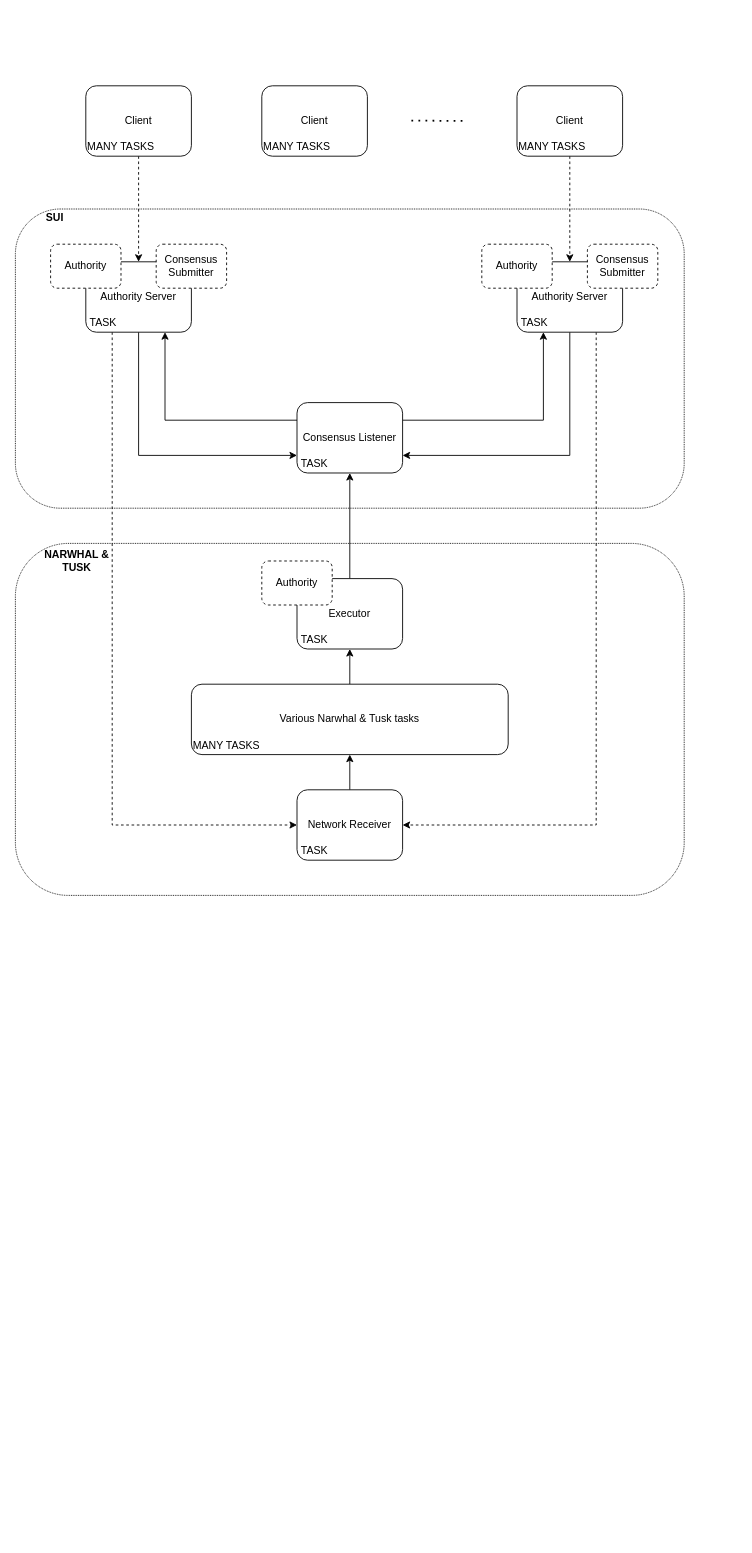
The draw.io diagram sui-narwhal.drawio in asonnino/various-diagrams, before the edit. Source tidied: cells renumbered, new cells numbered last; positions are measured from the earlier drawing's top-left corner, leaving out a move shared by most shapes. Both pictures are drawn from the tidied source at 88%, with x=0, y=0 at pixel (15, 85).
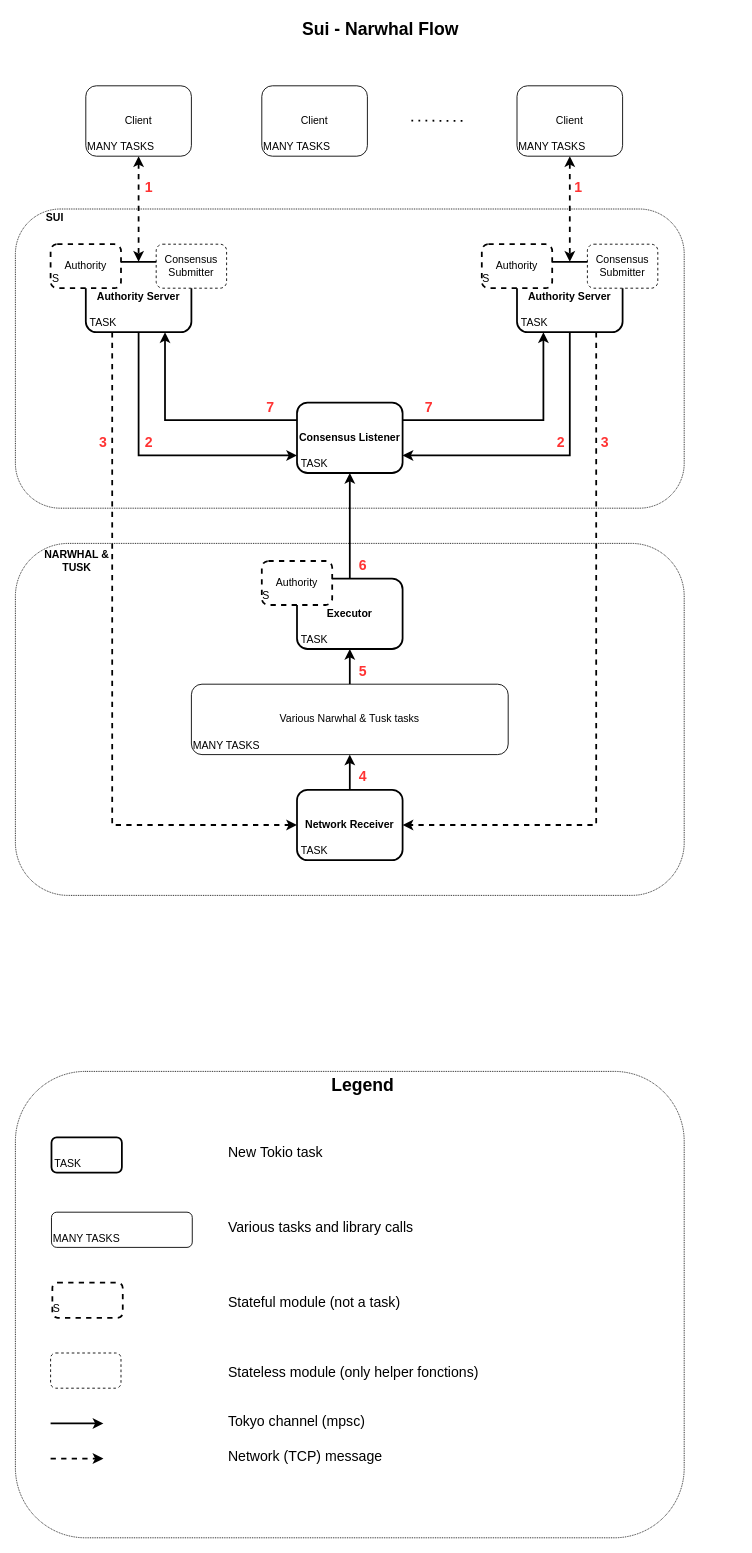
After the change.

The change refers to these unchanged cells:
```xml
<mxCell id="5" value="Client" style="rounded=1;whiteSpace=wrap;html=1;" parent="1" vertex="1">
  <mxGeometry x="80" width="120" height="80" as="geometry" />
</mxCell>
<mxCell id="26" value="Various Narwhal &amp;amp; Tusk tasks" style="rounded=1;whiteSpace=wrap;html=1;" parent="1" vertex="1">
  <mxGeometry x="200" y="680" width="360" height="80" as="geometry" />
</mxCell>
<mxCell id="40" value="MANY TASKS" style="text;html=1;strokeColor=none;fillColor=none;align=center;verticalAlign=middle;whiteSpace=wrap;rounded=0;dashed=1;dashPattern=1 1;" parent="1" vertex="1">
  <mxGeometry x="570" y="60" width="80" height="20" as="geometry" />
</mxCell>
```

What changed in the source:
```diff
@@
+    <mxCell id="41" style="rounded=1;whiteSpace=wrap;html=1;gradientColor=#ffffff;fillColor=none;dashed=1;dashPattern=1 1;" parent="1" vertex="1">
+      <mxGeometry y="1120" width="760" height="530" as="geometry" />
+    </mxCell>
@@
-    <mxCell id="4" style="edgeStyle=orthogonalEdgeStyle;rounded=0;jettySize=auto;html=1;dashed=1;startArrow=none;startFill=0;endArrow=classic;endFill=1;" parent="1" edge="1" source="5" target="8">
+    <mxCell id="4" style="edgeStyle=orthogonalEdgeStyle;rounded=0;jettySize=auto;html=1;dashed=1;startArrow=classic;startFill=1;endArrow=classic;endFill=1;strokeWidth=2;" parent="1" edge="1" source="5" target="8">
       <mxGeometry relative="1" as="geometry" />
     </mxCell>
@@
-    <mxCell id="6" style="edgeStyle=orthogonalEdgeStyle;rounded=0;jettySize=auto;html=1;entryX=0;entryY=0.75;entryDx=0;entryDy=0;startArrow=none;startFill=0;endArrow=classic;endFill=1;exitX=0.5;exitY=1;exitDx=0;exitDy=0;" parent="1" edge="1" source="8" target="20">
+    <mxCell id="6" style="edgeStyle=orthogonalEdgeStyle;rounded=0;jettySize=auto;html=1;entryX=0;entryY=0.75;entryDx=0;entryDy=0;startArrow=none;startFill=0;endArrow=classic;endFill=1;exitX=0.5;exitY=1;exitDx=0;exitDy=0;strokeWidth=2;" parent="1" edge="1" source="8" target="20">
       <mxGeometry relative="1" as="geometry">
         <Array as="points">
           <mxPoint x="140" y="420" />
         </Array>
       </mxGeometry>
     </mxCell>
-    <mxCell id="7" style="edgeStyle=orthogonalEdgeStyle;rounded=0;jettySize=auto;html=1;exitX=0.25;exitY=1;exitDx=0;exitDy=0;startArrow=none;startFill=0;endArrow=classic;endFill=1;entryX=0;entryY=0.5;entryDx=0;entryDy=0;dashed=1;" parent="1" edge="1" source="8" target="22">
+    <mxCell id="7" style="edgeStyle=orthogonalEdgeStyle;rounded=0;jettySize=auto;html=1;exitX=0.25;exitY=1;exitDx=0;exitDy=0;startArrow=none;startFill=0;endArrow=classic;endFill=1;entryX=0;entryY=0.5;entryDx=0;entryDy=0;dashed=1;strokeWidth=2;" parent="1" edge="1" source="8" target="22">
       <mxGeometry relative="1" as="geometry" />
     </mxCell>
-    <mxCell id="8" value="Authority Server" style="rounded=1;whiteSpace=wrap;html=1;gradientColor=#ffffff;" parent="1" vertex="1">
+    <mxCell id="8" value="&lt;b&gt;Authority Server&lt;/b&gt;" style="rounded=1;whiteSpace=wrap;html=1;gradientColor=#ffffff;strokeWidth=2;" parent="1" vertex="1">
       <mxGeometry x="80" y="200" width="120" height="80" as="geometry" />
     </mxCell>
-    <mxCell id="9" value="Authority" style="rounded=1;whiteSpace=wrap;html=1;dashed=1;" parent="1" vertex="1">
+    <mxCell id="9" value="Authority" style="rounded=1;whiteSpace=wrap;html=1;dashed=1;strokeWidth=2;" parent="1" vertex="1">
       <mxGeometry x="40" y="180" width="80" height="50" as="geometry" />
     </mxCell>
-    <mxCell id="10" value="Consensus Submitter" style="rounded=1;whiteSpace=wrap;html=1;dashed=1;" parent="1" vertex="1">
+    <mxCell id="10" value="Consensus Submitter" style="rounded=1;whiteSpace=wrap;html=1;dashed=1;strokeWidth=1;" parent="1" vertex="1">
       <mxGeometry x="160" y="180" width="80" height="50" as="geometry" />
     </mxCell>
-    <mxCell id="11" style="edgeStyle=orthogonalEdgeStyle;rounded=0;jettySize=auto;html=1;entryX=0.5;entryY=0;entryDx=0;entryDy=0;dashed=1;startArrow=none;startFill=0;endArrow=classic;endFill=1;exitX=0.75;exitY=1;exitDx=0;exitDy=0;" parent="1" edge="1" source="40" target="14">
+    <mxCell id="11" style="edgeStyle=orthogonalEdgeStyle;rounded=0;jettySize=auto;html=1;entryX=0.5;entryY=0;entryDx=0;entryDy=0;dashed=1;startArrow=classic;startFill=1;endArrow=classic;endFill=1;exitX=0.75;exitY=1;exitDx=0;exitDy=0;strokeWidth=2;" parent="1" edge="1" source="40" target="14">
       <mxGeometry relative="1" as="geometry" />
     </mxCell>
-    <mxCell id="12" style="edgeStyle=orthogonalEdgeStyle;rounded=0;jettySize=auto;html=1;entryX=1;entryY=0.75;entryDx=0;entryDy=0;startArrow=none;startFill=0;endArrow=classic;endFill=1;exitX=0.5;exitY=1;exitDx=0;exitDy=0;" parent="1" edge="1" source="14" target="20">
+    <mxCell id="12" style="edgeStyle=orthogonalEdgeStyle;rounded=0;jettySize=auto;html=1;entryX=1;entryY=0.75;entryDx=0;entryDy=0;startArrow=none;startFill=0;endArrow=classic;endFill=1;exitX=0.5;exitY=1;exitDx=0;exitDy=0;strokeWidth=2;" parent="1" edge="1" source="14" target="20">
       <mxGeometry relative="1" as="geometry">
         <Array as="points">
           <mxPoint x="630" y="420" />
         </Array>
       </mxGeometry>
     </mxCell>
-    <mxCell id="13" style="edgeStyle=orthogonalEdgeStyle;rounded=0;jettySize=auto;html=1;entryX=1;entryY=0.5;entryDx=0;entryDy=0;startArrow=none;startFill=0;endArrow=classic;endFill=1;exitX=0.75;exitY=1;exitDx=0;exitDy=0;dashed=1;" parent="1" edge="1" source="14" target="22">
+    <mxCell id="13" style="edgeStyle=orthogonalEdgeStyle;rounded=0;jettySize=auto;html=1;entryX=1;entryY=0.5;entryDx=0;entryDy=0;startArrow=none;startFill=0;endArrow=classic;endFill=1;exitX=0.75;exitY=1;exitDx=0;exitDy=0;dashed=1;strokeWidth=2;" parent="1" edge="1" source="14" target="22">
       <mxGeometry relative="1" as="geometry">
         <Array as="points">
           <mxPoint x="660" y="840" />
         </Array>
       </mxGeometry>
     </mxCell>
-    <mxCell id="14" value="Authority Server" style="rounded=1;whiteSpace=wrap;html=1;gradientColor=#ffffff;" parent="1" vertex="1">
+    <mxCell id="14" value="&lt;b&gt;Authority Server&lt;/b&gt;" style="rounded=1;whiteSpace=wrap;html=1;gradientColor=#ffffff;strokeWidth=2;" parent="1" vertex="1">
       <mxGeometry x="570" y="200" width="120" height="80" as="geometry" />
     </mxCell>
-    <mxCell id="15" value="Authority" style="rounded=1;whiteSpace=wrap;html=1;dashed=1;" parent="1" vertex="1">
+    <mxCell id="15" value="Authority" style="rounded=1;whiteSpace=wrap;html=1;dashed=1;strokeWidth=2;" parent="1" vertex="1">
       <mxGeometry x="530" y="180" width="80" height="50" as="geometry" />
     </mxCell>
-    <mxCell id="16" value="Consensus Submitter" style="rounded=1;whiteSpace=wrap;html=1;dashed=1;" parent="1" vertex="1">
+    <mxCell id="16" value="Consensus Submitter" style="rounded=1;whiteSpace=wrap;html=1;dashed=1;strokeWidth=1;" parent="1" vertex="1">
       <mxGeometry x="650" y="180" width="80" height="50" as="geometry" />
     </mxCell>
@@
-    <mxCell id="18" style="edgeStyle=orthogonalEdgeStyle;rounded=0;jettySize=auto;html=1;exitX=0;exitY=0.25;exitDx=0;exitDy=0;entryX=0.75;entryY=1;entryDx=0;entryDy=0;startArrow=none;startFill=0;endArrow=classic;endFill=1;" parent="1" edge="1" source="20" target="8">
+    <mxCell id="18" style="edgeStyle=orthogonalEdgeStyle;rounded=0;jettySize=auto;html=1;exitX=0;exitY=0.25;exitDx=0;exitDy=0;entryX=0.75;entryY=1;entryDx=0;entryDy=0;startArrow=none;startFill=0;endArrow=classic;endFill=1;strokeWidth=2;" parent="1" edge="1" source="20" target="8">
       <mxGeometry relative="1" as="geometry" />
     </mxCell>
-    <mxCell id="19" style="edgeStyle=orthogonalEdgeStyle;rounded=0;jettySize=auto;html=1;exitX=1;exitY=0.25;exitDx=0;exitDy=0;entryX=0.25;entryY=1;entryDx=0;entryDy=0;startArrow=none;startFill=0;endArrow=classic;endFill=1;" parent="1" edge="1" source="20" target="14">
+    <mxCell id="19" style="edgeStyle=orthogonalEdgeStyle;rounded=0;jettySize=auto;html=1;exitX=1;exitY=0.25;exitDx=0;exitDy=0;entryX=0.25;entryY=1;entryDx=0;entryDy=0;startArrow=none;startFill=0;endArrow=classic;endFill=1;strokeWidth=2;" parent="1" edge="1" source="20" target="14">
       <mxGeometry relative="1" as="geometry" />
     </mxCell>
-    <mxCell id="20" value="Consensus Listener" style="rounded=1;whiteSpace=wrap;html=1;gradientColor=#ffffff;" parent="1" vertex="1">
+    <mxCell id="20" value="&lt;b&gt;Consensus Listener&lt;/b&gt;" style="rounded=1;whiteSpace=wrap;html=1;gradientColor=#ffffff;strokeWidth=2;" parent="1" vertex="1">
       <mxGeometry x="320" y="360" width="120" height="80" as="geometry" />
     </mxCell>
-    <mxCell id="21" style="edgeStyle=orthogonalEdgeStyle;rounded=0;jettySize=auto;html=1;entryX=0.5;entryY=1;entryDx=0;entryDy=0;startArrow=none;startFill=0;endArrow=classic;endFill=1;" parent="1" edge="1" source="22" target="26">
+    <mxCell id="21" style="edgeStyle=orthogonalEdgeStyle;rounded=0;jettySize=auto;html=1;entryX=0.5;entryY=1;entryDx=0;entryDy=0;startArrow=none;startFill=0;endArrow=classic;endFill=1;strokeWidth=2;" parent="1" edge="1" source="22" target="26">
       <mxGeometry relative="1" as="geometry" />
     </mxCell>
-    <mxCell id="22" value="Network Receiver" style="rounded=1;whiteSpace=wrap;html=1;" parent="1" vertex="1">
+    <mxCell id="22" value="&lt;b&gt;Network Receiver&lt;/b&gt;" style="rounded=1;whiteSpace=wrap;html=1;strokeWidth=2;" parent="1" vertex="1">
       <mxGeometry x="320" y="800" width="120" height="80" as="geometry" />
     </mxCell>
-    <mxCell id="23" style="edgeStyle=orthogonalEdgeStyle;rounded=0;jettySize=auto;html=1;entryX=0.5;entryY=1;entryDx=0;entryDy=0;startArrow=none;startFill=0;endArrow=classic;endFill=1;" parent="1" edge="1" source="24" target="20">
+    <mxCell id="23" style="edgeStyle=orthogonalEdgeStyle;rounded=0;jettySize=auto;html=1;entryX=0.5;entryY=1;entryDx=0;entryDy=0;startArrow=none;startFill=0;endArrow=classic;endFill=1;strokeWidth=2;" parent="1" edge="1" source="24" target="20">
       <mxGeometry relative="1" as="geometry" />
     </mxCell>
-    <mxCell id="24" value="Executor" style="rounded=1;whiteSpace=wrap;html=1;" parent="1" vertex="1">
+    <mxCell id="24" value="&lt;b&gt;Executor&lt;/b&gt;" style="rounded=1;whiteSpace=wrap;html=1;strokeWidth=2;" parent="1" vertex="1">
       <mxGeometry x="320" y="560" width="120" height="80" as="geometry" />
     </mxCell>
-    <mxCell id="25" style="edgeStyle=orthogonalEdgeStyle;rounded=0;jettySize=auto;html=1;entryX=0.5;entryY=1;entryDx=0;entryDy=0;startArrow=none;startFill=0;endArrow=classic;endFill=1;" parent="1" edge="1" source="26" target="24">
+    <mxCell id="25" style="edgeStyle=orthogonalEdgeStyle;rounded=0;jettySize=auto;html=1;entryX=0.5;entryY=1;entryDx=0;entryDy=0;startArrow=none;startFill=0;endArrow=classic;endFill=1;strokeWidth=2;" parent="1" edge="1" source="26" target="24">
       <mxGeometry relative="1" as="geometry" />
     </mxCell>
@@
-    <mxCell id="32" value="Authority" style="rounded=1;whiteSpace=wrap;html=1;dashed=1;" parent="1" vertex="1">
+    <mxCell id="32" value="Authority" style="rounded=1;whiteSpace=wrap;html=1;dashed=1;strokeWidth=2;" parent="1" vertex="1">
       <mxGeometry x="280" y="540" width="80" height="50" as="geometry" />
     </mxCell>
@@
+    <mxCell id="42" value="&lt;b style=&quot;font-size: 20px;&quot;&gt;Legend&lt;/b&gt;" style="text;html=1;strokeColor=none;fillColor=none;align=center;verticalAlign=middle;whiteSpace=wrap;rounded=0;dashed=1;dashPattern=1 1;fontSize=20;" parent="1" vertex="1">
+      <mxGeometry x="350" y="1120" width="90" height="30" as="geometry" />
+    </mxCell>
+    <mxCell id="43" style="rounded=1;whiteSpace=wrap;html=1;strokeWidth=2;" parent="1" vertex="1">
+      <mxGeometry x="41" y="1195" width="80" height="40" as="geometry" />
+    </mxCell>
+    <mxCell id="44" value="TASK" style="text;html=1;strokeColor=none;fillColor=none;align=center;verticalAlign=middle;whiteSpace=wrap;rounded=0;dashed=1;dashPattern=1 1;" parent="1" vertex="1">
+      <mxGeometry x="40" y="1215" width="40" height="20" as="geometry" />
+    </mxCell>
+    <mxCell id="45" style="rounded=1;whiteSpace=wrap;html=1;" parent="1" vertex="1">
+      <mxGeometry x="41" y="1280" width="160" height="40" as="geometry" />
+    </mxCell>
+    <mxCell id="46" value="MANY TASKS" style="text;html=1;strokeColor=none;fillColor=none;align=center;verticalAlign=middle;whiteSpace=wrap;rounded=0;dashed=1;dashPattern=1 1;" parent="1" vertex="1">
+      <mxGeometry x="41" y="1300" width="80" height="20" as="geometry" />
+    </mxCell>
+    <mxCell id="47" style="endArrow=classic;html=1;rounded=0;dashed=1;strokeWidth=2;" parent="1" edge="1">
+      <mxGeometry relative="1" as="geometry">
+        <mxPoint x="40" y="1560" as="sourcePoint" />
+        <mxPoint x="100" y="1560" as="targetPoint" />
+      </mxGeometry>
+    </mxCell>
+    <mxCell id="48" style="endArrow=classic;html=1;rounded=0;strokeWidth=2;" parent="1" edge="1">
+      <mxGeometry relative="1" as="geometry">
+        <mxPoint x="40" y="1520" as="sourcePoint" />
+        <mxPoint x="100" y="1520" as="targetPoint" />
+      </mxGeometry>
+    </mxCell>
+    <mxCell id="49" style="rounded=1;whiteSpace=wrap;html=1;dashed=1;strokeWidth=1;" parent="1" vertex="1">
+      <mxGeometry x="40" y="1440" width="80" height="40" as="geometry" />
+    </mxCell>
+    <mxCell id="50" value="S" style="text;html=1;strokeColor=none;fillColor=none;align=center;verticalAlign=middle;whiteSpace=wrap;rounded=0;dashed=1;dashPattern=1 1;" parent="1" vertex="1">
+      <mxGeometry x="41" y="210" width="10" height="20" as="geometry" />
+    </mxCell>
+    <mxCell id="51" value="S" style="text;html=1;strokeColor=none;fillColor=none;align=center;verticalAlign=middle;whiteSpace=wrap;rounded=0;dashed=1;dashPattern=1 1;" parent="1" vertex="1">
+      <mxGeometry x="530" y="210" width="10" height="20" as="geometry" />
+    </mxCell>
+    <mxCell id="52" value="S" style="text;html=1;strokeColor=none;fillColor=none;align=center;verticalAlign=middle;whiteSpace=wrap;rounded=0;dashed=1;dashPattern=1 1;" parent="1" vertex="1">
+      <mxGeometry x="280" y="570" width="10" height="20" as="geometry" />
+    </mxCell>
+    <mxCell id="53" style="rounded=1;whiteSpace=wrap;html=1;dashed=1;strokeWidth=2;" parent="1" vertex="1">
+      <mxGeometry x="42" y="1360" width="80" height="40" as="geometry" />
+    </mxCell>
+    <mxCell id="54" value="S" style="text;html=1;strokeColor=none;fillColor=none;align=center;verticalAlign=middle;whiteSpace=wrap;rounded=0;dashed=1;dashPattern=1 1;" parent="1" vertex="1">
+      <mxGeometry x="42" y="1380" width="10" height="20" as="geometry" />
+    </mxCell>
+    <mxCell id="55" value="&lt;font size=&quot;3&quot;&gt;New&amp;nbsp;Tokio&amp;nbsp;task&lt;/font&gt;" style="text;html=1;strokeColor=none;fillColor=none;align=left;verticalAlign=middle;whiteSpace=wrap;rounded=0;dashed=1;dashPattern=1 1;fontSize=20;" parent="1" vertex="1">
+      <mxGeometry x="240" y="1195" width="220" height="30" as="geometry" />
+    </mxCell>
+    <mxCell id="56" value="&lt;font size=&quot;3&quot;&gt;Various tasks and&amp;nbsp;library calls&lt;/font&gt;" style="text;html=1;strokeColor=none;fillColor=none;align=left;verticalAlign=middle;whiteSpace=wrap;rounded=0;dashed=1;dashPattern=1 1;fontSize=20;" parent="1" vertex="1">
+      <mxGeometry x="240" y="1280" width="230" height="30" as="geometry" />
+    </mxCell>
+    <mxCell id="57" value="&lt;font size=&quot;3&quot;&gt;Stateful module (not a task)&lt;/font&gt;" style="text;html=1;strokeColor=none;fillColor=none;align=left;verticalAlign=middle;whiteSpace=wrap;rounded=0;dashed=1;dashPattern=1 1;fontSize=20;" parent="1" vertex="1">
+      <mxGeometry x="240" y="1365" width="230" height="30" as="geometry" />
+    </mxCell>
+    <mxCell id="58" value="&lt;font size=&quot;3&quot;&gt;Stateless module (only helper fonctions)&lt;/font&gt;" style="text;html=1;strokeColor=none;fillColor=none;align=left;verticalAlign=middle;whiteSpace=wrap;rounded=0;dashed=1;dashPattern=1 1;fontSize=20;" parent="1" vertex="1">
+      <mxGeometry x="240" y="1445" width="290" height="30" as="geometry" />
+    </mxCell>
+    <mxCell id="59" value="&lt;font size=&quot;3&quot;&gt;Tokyo&amp;nbsp;channel (mpsc)&lt;/font&gt;" style="text;html=1;strokeColor=none;fillColor=none;align=left;verticalAlign=middle;whiteSpace=wrap;rounded=0;dashed=1;dashPattern=1 1;fontSize=20;" parent="1" vertex="1">
+      <mxGeometry x="240" y="1500" width="290" height="30" as="geometry" />
+    </mxCell>
+    <mxCell id="60" value="&lt;font size=&quot;3&quot;&gt;Network (TCP) message&lt;/font&gt;" style="text;html=1;strokeColor=none;fillColor=none;align=left;verticalAlign=middle;whiteSpace=wrap;rounded=0;dashed=1;dashPattern=1 1;fontSize=20;" parent="1" vertex="1">
+      <mxGeometry x="240" y="1540" width="290" height="30" as="geometry" />
+    </mxCell>
+    <mxCell id="61" value="&lt;b style=&quot;font-size: 20px&quot;&gt;Sui - Narwhal Flow&lt;/b&gt;" style="text;html=1;strokeColor=none;fillColor=none;align=center;verticalAlign=middle;whiteSpace=wrap;rounded=0;dashed=1;dashPattern=1 1;fontSize=20;" parent="1" vertex="1">
+      <mxGeometry x="10" y="-80" width="810" height="30" as="geometry" />
+    </mxCell>
+    <mxCell id="62" value="&lt;font color=&quot;#ff3333&quot;&gt;&lt;b&gt;1&lt;/b&gt;&lt;/font&gt;" style="text;html=1;strokeColor=none;fillColor=none;align=center;verticalAlign=middle;whiteSpace=wrap;rounded=0;dashed=1;dashPattern=1 1;fontSize=16;" parent="1" vertex="1">
+      <mxGeometry x="122" y="100" width="60" height="30" as="geometry" />
+    </mxCell>
+    <mxCell id="63" value="&lt;font color=&quot;#ff3333&quot;&gt;&lt;b&gt;1&lt;/b&gt;&lt;/font&gt;" style="text;html=1;strokeColor=none;fillColor=none;align=center;verticalAlign=middle;whiteSpace=wrap;rounded=0;dashed=1;dashPattern=1 1;fontSize=16;" parent="1" vertex="1">
+      <mxGeometry x="610" y="100" width="60" height="30" as="geometry" />
+    </mxCell>
+    <mxCell id="64" value="&lt;font color=&quot;#ff3333&quot;&gt;&lt;b&gt;2&lt;/b&gt;&lt;/font&gt;" style="text;html=1;strokeColor=none;fillColor=none;align=center;verticalAlign=middle;whiteSpace=wrap;rounded=0;dashed=1;dashPattern=1 1;fontSize=16;" parent="1" vertex="1">
+      <mxGeometry x="122" y="390" width="60" height="30" as="geometry" />
+    </mxCell>
+    <mxCell id="65" value="&lt;font color=&quot;#ff3333&quot;&gt;&lt;b&gt;2&lt;/b&gt;&lt;/font&gt;" style="text;html=1;strokeColor=none;fillColor=none;align=center;verticalAlign=middle;whiteSpace=wrap;rounded=0;dashed=1;dashPattern=1 1;fontSize=16;" parent="1" vertex="1">
+      <mxGeometry x="590" y="390" width="60" height="30" as="geometry" />
+    </mxCell>
+    <mxCell id="66" value="&lt;font color=&quot;#ff3333&quot;&gt;&lt;b&gt;3&lt;/b&gt;&lt;/font&gt;" style="text;html=1;strokeColor=none;fillColor=none;align=center;verticalAlign=middle;whiteSpace=wrap;rounded=0;dashed=1;dashPattern=1 1;fontSize=16;" parent="1" vertex="1">
+      <mxGeometry x="70" y="390" width="60" height="30" as="geometry" />
+    </mxCell>
+    <mxCell id="67" value="&lt;font color=&quot;#ff3333&quot;&gt;&lt;b&gt;3&lt;/b&gt;&lt;/font&gt;" style="text;html=1;strokeColor=none;fillColor=none;align=center;verticalAlign=middle;whiteSpace=wrap;rounded=0;dashed=1;dashPattern=1 1;fontSize=16;" parent="1" vertex="1">
+      <mxGeometry x="640" y="390" width="60" height="30" as="geometry" />
+    </mxCell>
+    <mxCell id="68" value="&lt;font color=&quot;#ff3333&quot;&gt;&lt;b&gt;4&lt;/b&gt;&lt;/font&gt;" style="text;html=1;strokeColor=none;fillColor=none;align=center;verticalAlign=middle;whiteSpace=wrap;rounded=0;dashed=1;dashPattern=1 1;fontSize=16;" parent="1" vertex="1">
+      <mxGeometry x="365" y="770" width="60" height="30" as="geometry" />
+    </mxCell>
+    <mxCell id="69" value="&lt;font color=&quot;#ff3333&quot;&gt;&lt;b&gt;5&lt;/b&gt;&lt;/font&gt;" style="text;html=1;strokeColor=none;fillColor=none;align=center;verticalAlign=middle;whiteSpace=wrap;rounded=0;dashed=1;dashPattern=1 1;fontSize=16;" parent="1" vertex="1">
+      <mxGeometry x="365" y="650" width="60" height="30" as="geometry" />
+    </mxCell>
+    <mxCell id="70" value="&lt;font color=&quot;#ff3333&quot;&gt;&lt;b&gt;6&lt;/b&gt;&lt;/font&gt;" style="text;html=1;strokeColor=none;fillColor=none;align=center;verticalAlign=middle;whiteSpace=wrap;rounded=0;dashed=1;dashPattern=1 1;fontSize=16;" parent="1" vertex="1">
+      <mxGeometry x="365" y="530" width="60" height="30" as="geometry" />
+    </mxCell>
+    <mxCell id="71" value="&lt;font color=&quot;#ff3333&quot;&gt;&lt;b&gt;7&lt;/b&gt;&lt;/font&gt;" style="text;html=1;strokeColor=none;fillColor=none;align=center;verticalAlign=middle;whiteSpace=wrap;rounded=0;dashed=1;dashPattern=1 1;fontSize=16;" parent="1" vertex="1">
+      <mxGeometry x="260" y="350" width="60" height="30" as="geometry" />
+    </mxCell>
+    <mxCell id="72" value="&lt;font color=&quot;#ff3333&quot;&gt;&lt;b&gt;7&lt;/b&gt;&lt;/font&gt;" style="text;html=1;strokeColor=none;fillColor=none;align=center;verticalAlign=middle;whiteSpace=wrap;rounded=0;dashed=1;dashPattern=1 1;fontSize=16;" parent="1" vertex="1">
+      <mxGeometry x="440" y="350" width="60" height="30" as="geometry" />
+    </mxCell>
```
